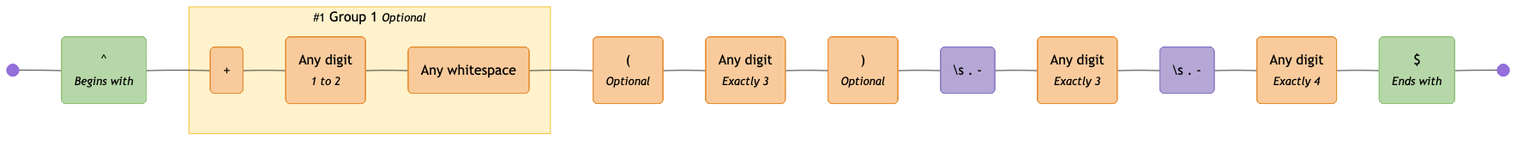
Before: diagrams/phone-number.mermaid-diagram.png, a diagram exported from Mermaid (tayles/regex-to-mermaid). Its source is kept beside it as diagrams/phone-number.mermaid. Source of this version:
```mermaid
graph LR
  accTitle: "Regex: ^(\\+\\d{1,2}\\s)?\\(?\\d{3}\\)?[\\s.-]\\d{3}[\\s.-]\\d{4}$"
  accDescr: "Generated with regex-to-mermaid@1.0.3"

  start@{ shape: f-circ };
  fin@{ shape: f-circ };
  assertion_1("^<br><i><small>Begins with</small></i>"):::assertion;
  literal_1("+"):::literal;
  literal_2("Any digit<br><i><small>1 to 2</small></i>"):::literal;
  literal_3("Any whitespace"):::literal;
  literal_4("(<br><i><small>Optional</small></i>"):::literal;
  literal_5("Any digit<br><i><small>Exactly 3</small></i>"):::literal;
  literal_6(")<br><i><small>Optional</small></i>"):::literal;
  char_class_1("\s . -"):::char-class;
  literal_7("Any digit<br><i><small>Exactly 3</small></i>"):::literal;
  char_class_2("\s . -"):::char-class;
  literal_8("Any digit<br><i><small>Exactly 4</small></i>"):::literal;
  assertion_2("$<br><i><small>Ends with</small></i>"):::assertion;

  subgraph standard_1 ["<small>#1</small> Group 1 <small><i>Optional</i></small>"]
    literal_1
    literal_2
    literal_3
  end

  start --- assertion_1;
  assertion_1 --- literal_1;
  literal_1 --- literal_2;
  literal_2 --- literal_3;
  literal_3 --- literal_4;
  literal_4 --- literal_5;
  literal_5 --- literal_6;
  literal_6 --- char_class_1;
  char_class_1 --- literal_7;
  literal_7 --- char_class_2;
  char_class_2 --- literal_8;
  literal_8 --- assertion_2;
  assertion_2 --- fin;

  classDef assertion fill:#B6D7A8,stroke:#93C47D,color:#000000;
  classDef literal fill:#F9CB9C,stroke:#E69138,color:#000000;
  classDef char-class fill:#B4A7D6,stroke:#8E7CC3,color:#000000;

  classDef standard fill:#FFF2CC,stroke:#F1C232,color:#000000;

  class standard_1 standard;
```
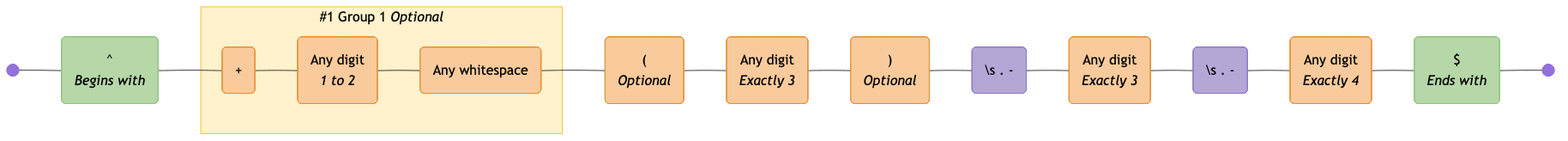
The same diagram one commit later.

Change to the diagram source:
```diff
@@ -4,20 +4,20 @@
 
   start@{ shape: f-circ };
   fin@{ shape: f-circ };
-  assertion_1("^<br><i><small>Begins with</small></i>"):::assertion;
+  assertion_1("^<br><i>Begins with</i>"):::assertion;
   literal_1("+"):::literal;
-  literal_2("Any digit<br><i><small>1 to 2</small></i>"):::literal;
+  literal_2("Any digit<br><i>1 to 2</i>"):::literal;
   literal_3("Any whitespace"):::literal;
-  literal_4("(<br><i><small>Optional</small></i>"):::literal;
-  literal_5("Any digit<br><i><small>Exactly 3</small></i>"):::literal;
-  literal_6(")<br><i><small>Optional</small></i>"):::literal;
+  literal_4("(<br><i>Optional</i>"):::literal;
+  literal_5("Any digit<br><i>Exactly 3</i>"):::literal;
+  literal_6(")<br><i>Optional</i>"):::literal;
   char_class_1("\s . -"):::char-class;
-  literal_7("Any digit<br><i><small>Exactly 3</small></i>"):::literal;
+  literal_7("Any digit<br><i>Exactly 3</i>"):::literal;
   char_class_2("\s . -"):::char-class;
-  literal_8("Any digit<br><i><small>Exactly 4</small></i>"):::literal;
-  assertion_2("$<br><i><small>Ends with</small></i>"):::assertion;
+  literal_8("Any digit<br><i>Exactly 4</i>"):::literal;
+  assertion_2("$<br><i>Ends with</i>"):::assertion;
 
-  subgraph standard_1 ["<small>#1</small> Group 1 <small><i>Optional</i></small>"]
+  subgraph standard_1 ["#1 Group 1 <i>Optional</i>"]
     literal_1
     literal_2
     literal_3
```
